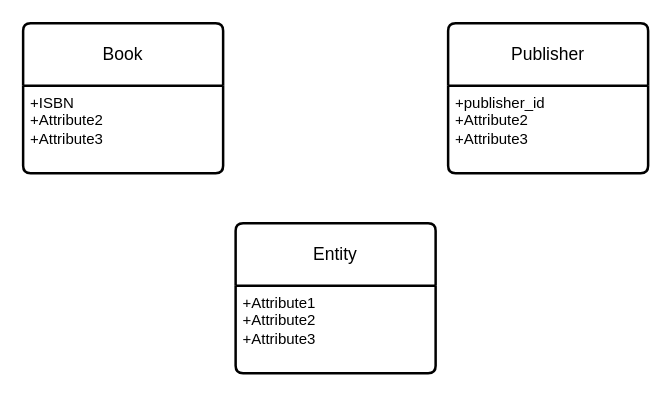
jocamp11/BUS393ERDHW1 keeps this draw.io diagram as Untitled Diagram.drawio. Above is the earlier version. Source tidied: cells renumbered, new cells numbered last; positions are measured from the earlier drawing's top-left corner, leaving out a move shared by most shapes. Both pictures are drawn from the tidied source at 125%, with x=0, y=0 at pixel (22, 22).
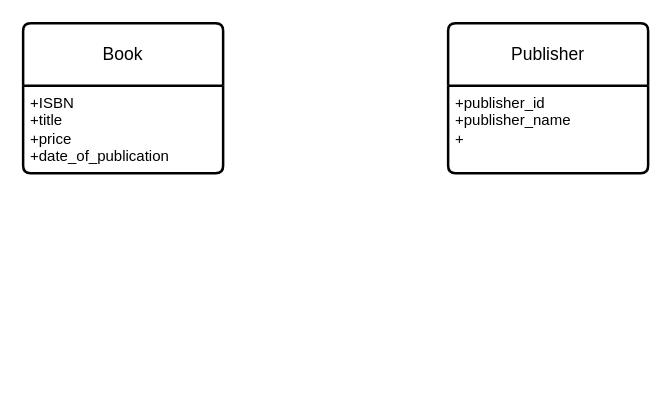
Above is the later version.

The edit, as a diff of the source:
```diff
@@
 <mxGraphModel>
   <root>
     <mxCell id="0" />
     <mxCell id="1" parent="0" />
     <mxCell id="2" value="Book" style="swimlane;horizontal=1;startSize=50;rounded=1;fontSize=14;fontStyle=0;strokeWidth=2;shadow=0;dashed=0;align=center;arcSize=4;whiteSpace=wrap;html=1;" parent="1" vertex="1">
       <mxGeometry width="160" height="120" as="geometry" />
     </mxCell>
-    <mxCell id="3" value="+ISBN&lt;br&gt;+Attribute2&lt;br&gt;+Attribute3" style="align=left;strokeColor=none;fillColor=none;spacingLeft=4;fontSize=12;verticalAlign=top;html=1;" parent="2" vertex="1">
+    <mxCell id="3" value="+ISBN&lt;br&gt;+title&lt;br&gt;&lt;div&gt;+price&lt;/div&gt;&lt;div&gt;+date_of_publication&lt;br&gt;&lt;/div&gt;" style="align=left;strokeColor=none;fillColor=none;spacingLeft=4;fontSize=12;verticalAlign=top;html=1;" parent="2" vertex="1">
       <mxGeometry y="50" width="160" height="70" as="geometry" />
     </mxCell>
     <mxCell id="4" value="Publisher" style="swimlane;horizontal=1;startSize=50;rounded=1;fontSize=14;fontStyle=0;strokeWidth=2;shadow=0;dashed=0;align=center;arcSize=4;whiteSpace=wrap;html=1;" parent="1" vertex="1">
       <mxGeometry x="340" width="160" height="120" as="geometry" />
     </mxCell>
-    <mxCell id="5" value="+publisher_id&lt;br&gt;+Attribute2&lt;br&gt;+Attribute3" style="align=left;strokeColor=none;fillColor=none;spacingLeft=4;fontSize=12;verticalAlign=top;html=1;" parent="4" vertex="1">
+    <mxCell id="5" value="+publisher_id&lt;br&gt;+publisher_name&lt;br&gt;+" style="align=left;strokeColor=none;fillColor=none;spacingLeft=4;fontSize=12;verticalAlign=top;html=1;" parent="4" vertex="1">
       <mxGeometry y="50" width="160" height="70" as="geometry" />
     </mxCell>
-    <mxCell id="6" value="Entity" style="swimlane;horizontal=1;startSize=50;rounded=1;fontSize=14;fontStyle=0;strokeWidth=2;shadow=0;dashed=0;align=center;arcSize=4;whiteSpace=wrap;html=1;" parent="1" vertex="1">
-      <mxGeometry x="170" y="160" width="160" height="120" as="geometry" />
-    </mxCell>
-    <mxCell id="7" value="+Attribute1&#10;+Attribute2&#10;+Attribute3" style="align=left;strokeColor=none;fillColor=none;spacingLeft=4;fontSize=12;verticalAlign=top;html=1;" parent="6" vertex="1">
-      <mxGeometry y="50" width="160" height="70" as="geometry" />
-    </mxCell>
   </root>
 </mxGraphModel>
```
